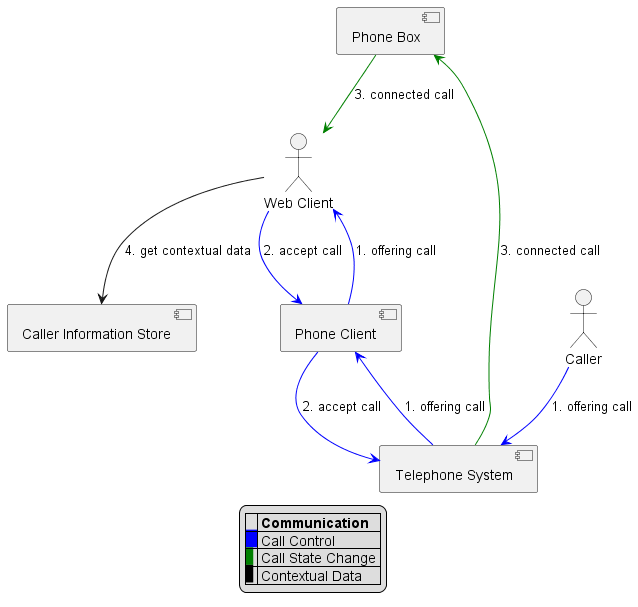
Before: docs/Incoming Call Overview.png, a diagram exported from PlantUML (Serviceware/PhoneBox). The source it was exported from:
```plantuml
@startuml Incoming Call Overview

[Phone Box] As Pb
[Caller Information Store] AS module
[Telephone System] AS TK

actor "Caller" AS Caller
actor "Web Client" AS SD
[Phone Client] AS PC


Caller -[#blue]-> TK :1. offering call
TK -[#blue]-> PC     :1. offering call
PC -[#blue]-> SD     :1. offering call
SD -[#blue]-> PC     :2. accept call
PC -[#blue]-> TK     :2. accept call
TK -[#green]-> Pb    :3. connected call
Pb -[#green]-> SD    :3. connected call
SD --> module        :4. get contextual data


legend
|= |= Communication |
|<back:blue>   </back>| Call Control |
|<back:green>  </back>| Call State Change |
|<back:black>  </back>| Contextual Data |
endlegend


@enduml
```
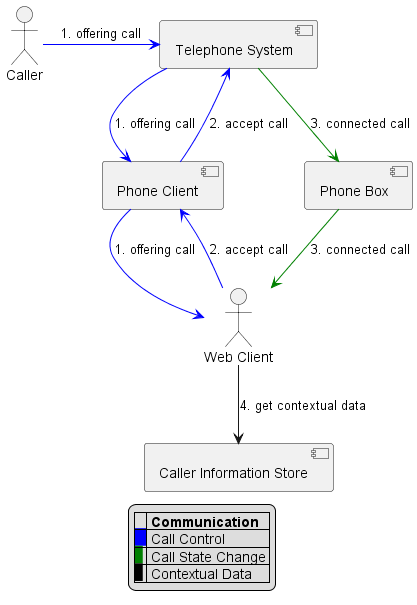
The same diagram one commit later.

What changed in the source:
```diff
@@ -9,14 +9,14 @@
 [Phone Client] AS PC
 
 
-Caller -[#blue]-> TK :1. offering call
-TK -[#blue]-> PC     :1. offering call
-PC -[#blue]-> SD     :1. offering call
-SD -[#blue]-> PC     :2. accept call
-PC -[#blue]-> TK     :2. accept call
-TK -[#green]-> Pb    :3. connected call
-Pb -[#green]-> SD    :3. connected call
-SD --> module        :4. get contextual data
+Caller -[#blue]ri-> TK :1. offering call
+TK -[#blue]ri-> PC     :1. offering call
+PC -[#blue]do-> SD     :1. offering call
+SD -[#blue]-> PC      :2. accept call
+PC -[#blue]-> TK      :2. accept call
+TK -[#green]-> Pb     :3. connected call
+Pb -[#green]-> SD     :3. connected call
+SD --> module         :4. get contextual data
 
 
 legend
```
